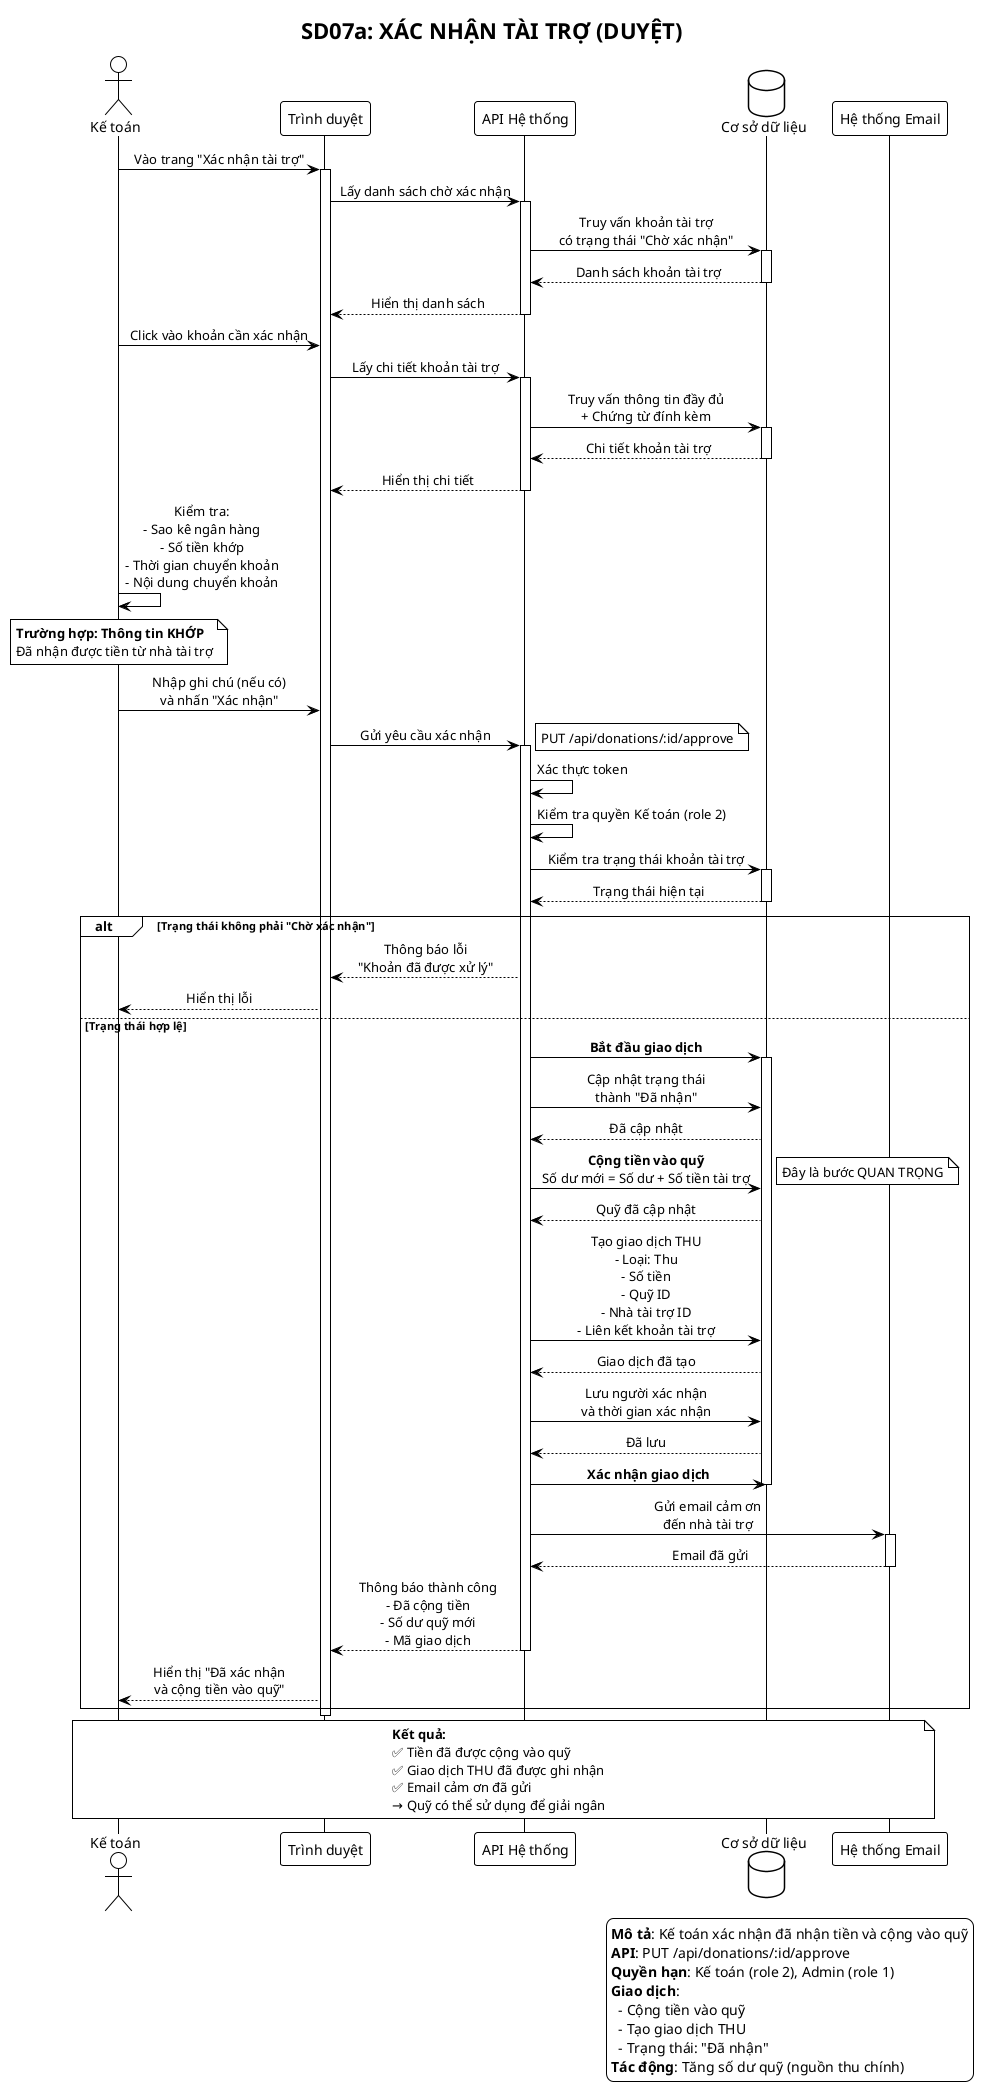
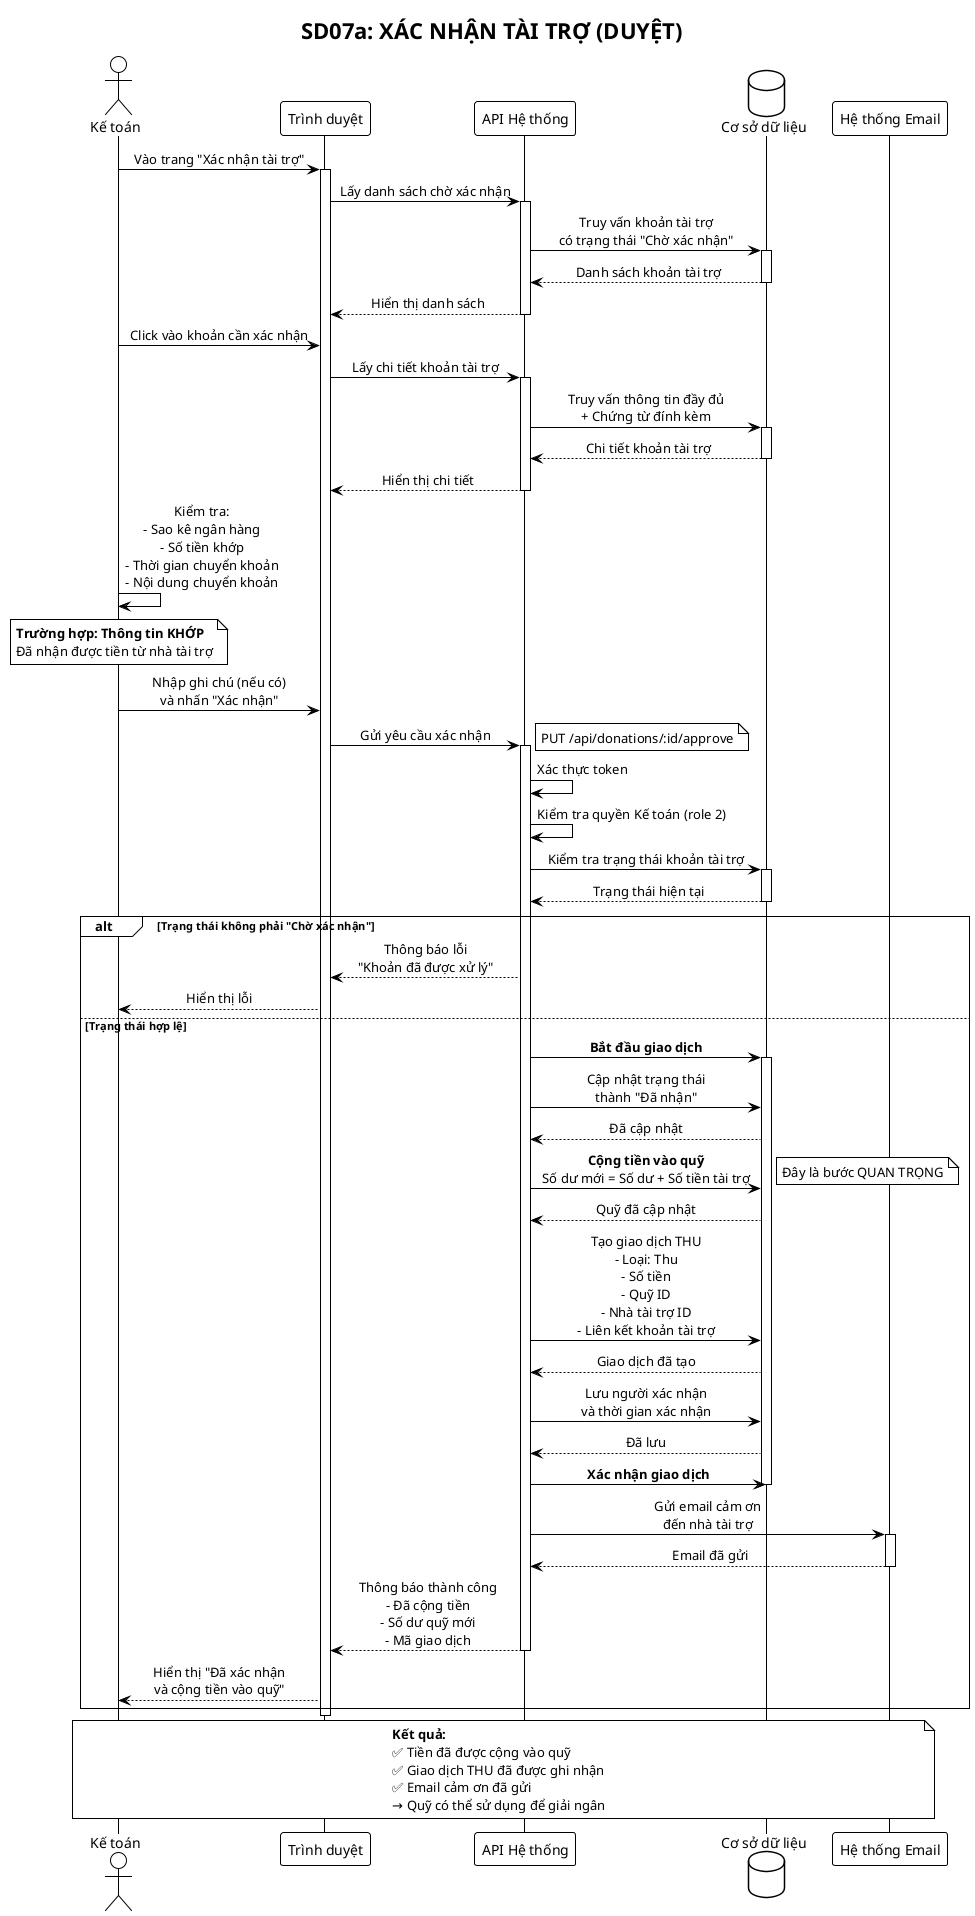
@startuml SD07a_Xac_Nhan_Tai_Tro_Duyet
!theme plain
skinparam backgroundColor #FFFFFF
skinparam sequenceMessageAlign center

title **SD07a: XÁC NHẬN TÀI TRỢ (DUYỆT)**

actor "Kế toán" as KT
participant "Trình duyệt" as Browser
participant "API Hệ thống" as API
database "Cơ sở dữ liệu" as DB
participant "Hệ thống Email" as Email

KT -> Browser: Vào trang "Xác nhận tài trợ"
activate Browser

Browser -> API: Lấy danh sách chờ xác nhận
activate API
API -> DB: Truy vấn khoản tài trợ\ncó trạng thái "Chờ xác nhận"
activate DB
DB --> API: Danh sách khoản tài trợ
deactivate DB
API --> Browser: Hiển thị danh sách
deactivate API

KT -> Browser: Click vào khoản cần xác nhận
Browser -> API: Lấy chi tiết khoản tài trợ
activate API
API -> DB: Truy vấn thông tin đầy đủ\n+ Chứng từ đính kèm
activate DB
DB --> API: Chi tiết khoản tài trợ
deactivate DB
API --> Browser: Hiển thị chi tiết
deactivate API

KT -> KT: Kiểm tra:\n- Sao kê ngân hàng\n- Số tiền khớp\n- Thời gian chuyển khoản\n- Nội dung chuyển khoản

note over KT
**Trường hợp: Thông tin KHỚP**
Đã nhận được tiền từ nhà tài trợ
end note

KT -> Browser: Nhập ghi chú (nếu có)\nvà nhấn "Xác nhận"

Browser -> API: Gửi yêu cầu xác nhận
activate API
note right: PUT /api/donations/:id/approve

API -> API: Xác thực token
API -> API: Kiểm tra quyền Kế toán (role 2)

API -> DB: Kiểm tra trạng thái khoản tài trợ
activate DB
DB --> API: Trạng thái hiện tại
deactivate DB

alt Trạng thái không phải "Chờ xác nhận"
    API --> Browser: Thông báo lỗi\n"Khoản đã được xử lý"
    Browser --> KT: Hiển thị lỗi
else Trạng thái hợp lệ
    API -> DB: **Bắt đầu giao dịch**
    activate DB

    API -> DB: Cập nhật trạng thái\nthành "Đã nhận"
    DB --> API: Đã cập nhật

    API -> DB: **Cộng tiền vào quỹ**\nSố dư mới = Số dư + Số tiền tài trợ
    note right: Đây là bước QUAN TRỌNG
    DB --> API: Quỹ đã cập nhật

    API -> DB: Tạo giao dịch THU\n- Loại: Thu\n- Số tiền\n- Quỹ ID\n- Nhà tài trợ ID\n- Liên kết khoản tài trợ
    DB --> API: Giao dịch đã tạo

    API -> DB: Lưu người xác nhận\nvà thời gian xác nhận
    DB --> API: Đã lưu

    API -> DB: **Xác nhận giao dịch**
    deactivate DB

    API -> Email: Gửi email cảm ơn\nđến nhà tài trợ
    activate Email
    Email --> API: Email đã gửi
    deactivate Email

    API --> Browser: Thông báo thành công\n- Đã cộng tiền\n- Số dư quỹ mới\n- Mã giao dịch
    deactivate API

    Browser --> KT: Hiển thị "Đã xác nhận\nvà cộng tiền vào quỹ"
end

deactivate Browser

note over KT, Email
**Kết quả:**
✅ Tiền đã được cộng vào quỹ
✅ Giao dịch THU đã được ghi nhận
✅ Email cảm ơn đã gửi
→ Quỹ có thể sử dụng để giải ngân
end note

- legend right
- **Mô tả**: Kế toán xác nhận đã nhận tiền và cộng vào quỹ
- **API**: PUT /api/donations/:id/approve
- **Quyền hạn**: Kế toán (role 2), Admin (role 1)
- **Giao dịch**:
-   - Cộng tiền vào quỹ
-   - Tạo giao dịch THU
-   - Trạng thái: "Đã nhận"
- **Tác động**: Tăng số dư quỹ (nguồn thu chính)
- endlegend
- 
@enduml
